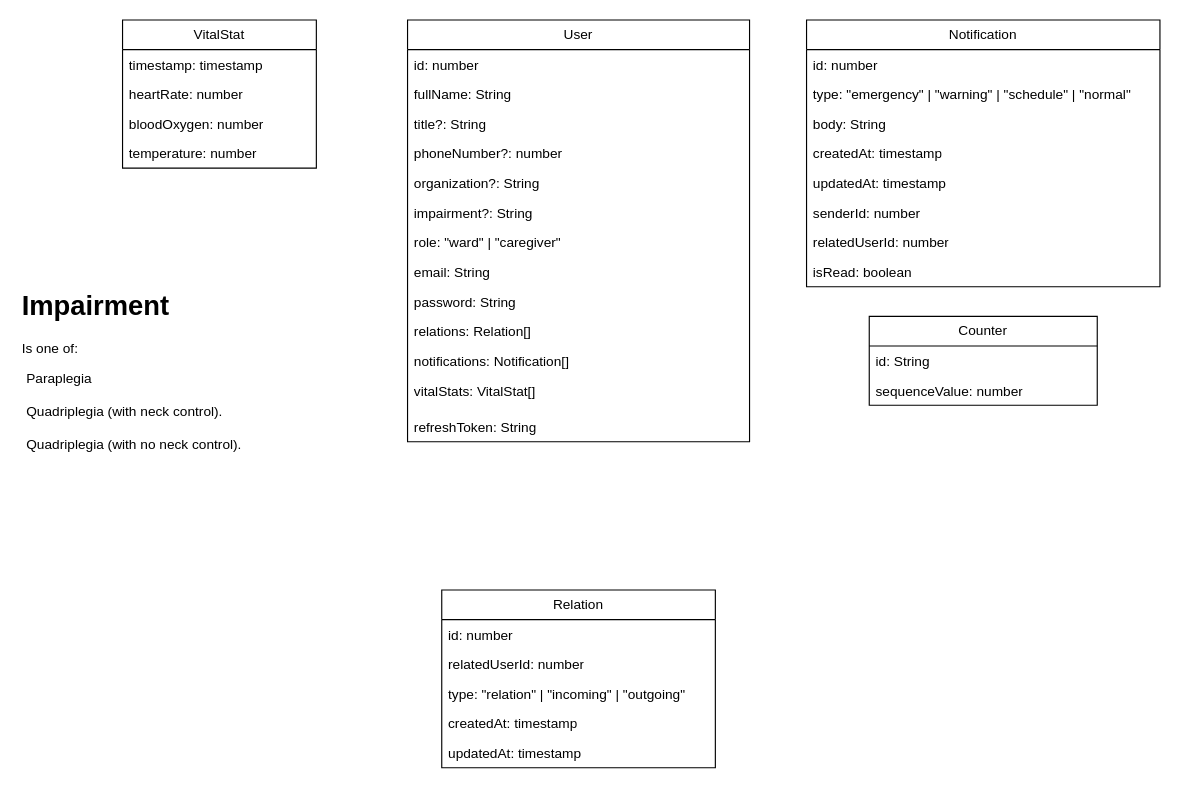
Above: db_design.drawio in ahmed0nasser/gp-backend (draw.io), before the change. Source tidied: cells renumbered, new cells numbered last; positions are measured from the earlier drawing's top-left corner, leaving out a move shared by most shapes. Both pictures are drawn from the tidied source at 114%, with x=0, y=0 at pixel (19, 19).
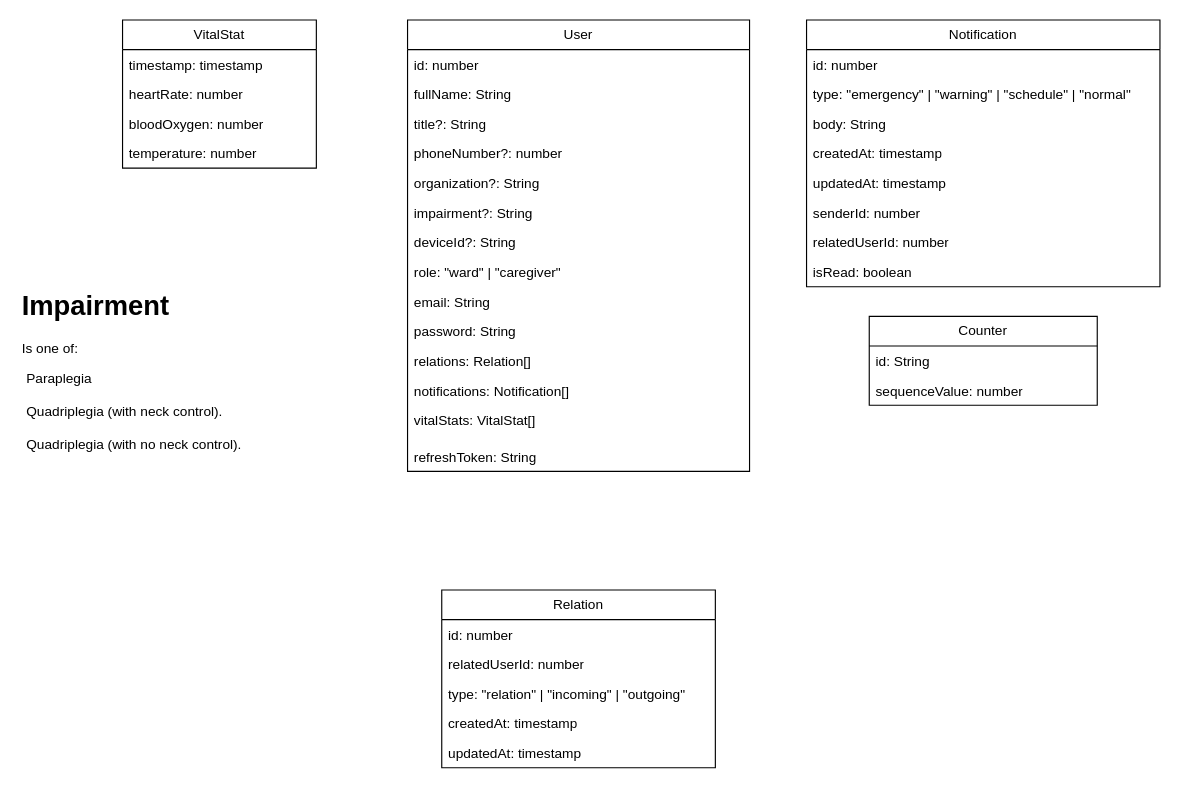
The same diagram, later.

Commit message (it also covers changes not shown here):
Add deviceId field to users' DB schema

What changed in the source:
```diff
@@
     <mxCell id="2" value="User" style="swimlane;fontStyle=0;horizontal=1;startSize=26;fillColor=none;whiteSpace=wrap;html=1;" parent="1" vertex="1">
-      <mxGeometry x="340" width="300" height="370" as="geometry" />
+      <mxGeometry x="340" width="300" height="396" as="geometry" />
     </mxCell>
@@
+    <mxCell id="40" value="deviceId?: String" style="text;strokeColor=none;fillColor=none;align=left;verticalAlign=top;spacingLeft=4;spacingRight=4;overflow=hidden;whiteSpace=wrap;html=1;" parent="2" vertex="1">
+      <mxGeometry y="182" width="300" height="26" as="geometry" />
+    </mxCell>
     <mxCell id="9" value="role: &quot;ward&quot; | &quot;caregiver&quot;" style="text;strokeColor=none;fillColor=none;align=left;verticalAlign=top;spacingLeft=4;spacingRight=4;overflow=hidden;whiteSpace=wrap;html=1;" parent="2" vertex="1">
-      <mxGeometry y="182" width="300" height="26" as="geometry" />
+      <mxGeometry y="208" width="300" height="26" as="geometry" />
     </mxCell>
     <mxCell id="10" value="email: String" style="text;strokeColor=none;fillColor=none;align=left;verticalAlign=top;spacingLeft=4;spacingRight=4;overflow=hidden;whiteSpace=wrap;html=1;" parent="2" vertex="1">
-      <mxGeometry y="208" width="300" height="26" as="geometry" />
+      <mxGeometry y="234" width="300" height="26" as="geometry" />
     </mxCell>
     <mxCell id="11" value="password: String" style="text;strokeColor=none;fillColor=none;align=left;verticalAlign=top;spacingLeft=4;spacingRight=4;overflow=hidden;whiteSpace=wrap;html=1;" parent="2" vertex="1">
-      <mxGeometry y="234" width="300" height="26" as="geometry" />
+      <mxGeometry y="260" width="300" height="26" as="geometry" />
     </mxCell>
     <mxCell id="12" value="relations: Relation[]" style="text;strokeColor=none;fillColor=none;align=left;verticalAlign=top;spacingLeft=4;spacingRight=4;overflow=hidden;whiteSpace=wrap;html=1;" parent="2" vertex="1">
-      <mxGeometry y="260" width="300" height="26" as="geometry" />
+      <mxGeometry y="286" width="300" height="26" as="geometry" />
     </mxCell>
     <mxCell id="13" value="notifications: Notification[]" style="text;strokeColor=none;fillColor=none;align=left;verticalAlign=top;spacingLeft=4;spacingRight=4;overflow=hidden;whiteSpace=wrap;html=1;" parent="2" vertex="1">
-      <mxGeometry y="286" width="300" height="26" as="geometry" />
+      <mxGeometry y="312" width="300" height="26" as="geometry" />
     </mxCell>
     <mxCell id="14" value="vitalStats: VitalStat[]" style="text;strokeColor=none;fillColor=none;align=left;verticalAlign=top;spacingLeft=4;spacingRight=4;overflow=hidden;whiteSpace=wrap;html=1;" parent="2" vertex="1">
-      <mxGeometry y="312" width="300" height="32" as="geometry" />
+      <mxGeometry y="338" width="300" height="32" as="geometry" />
     </mxCell>
     <mxCell id="15" value="refreshToken: String" style="text;strokeColor=none;fillColor=none;align=left;verticalAlign=top;spacingLeft=4;spacingRight=4;overflow=hidden;whiteSpace=wrap;html=1;" parent="2" vertex="1">
-      <mxGeometry y="344" width="300" height="26" as="geometry" />
+      <mxGeometry y="370" width="300" height="26" as="geometry" />
     </mxCell>
```
